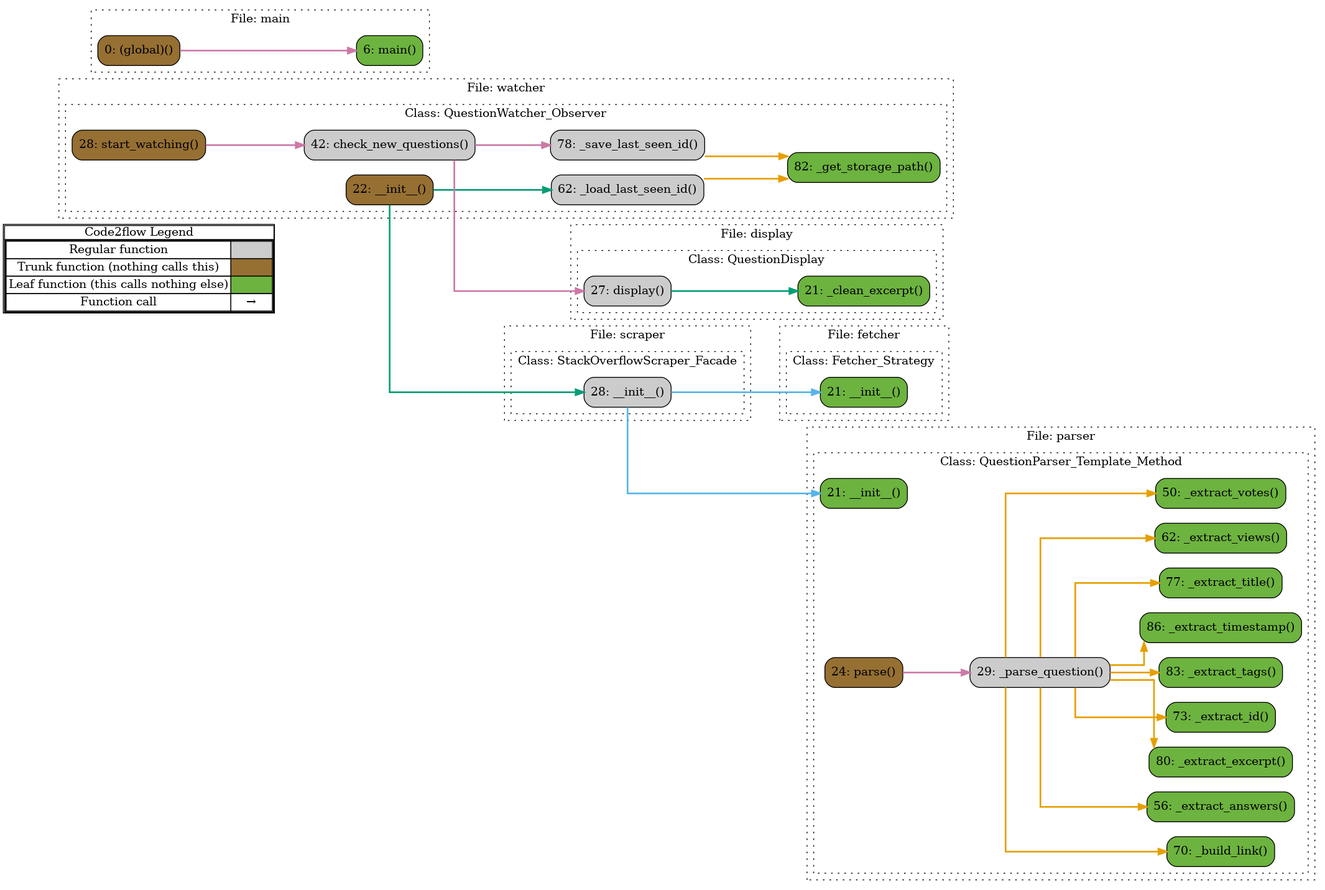
Earlier version of the Graphviz export diagrams/full_flow.png (mrm68/StackOverFlow_Crawler_Kafka). Its source is kept beside it as diagrams/full_flow.gv. Its diagram source:
```dot
digraph G {
concentrate=true;
splines="ortho";
rankdir="LR";
subgraph legend{
    rank = min;
    label = "legend";
    Legend [shape=none, margin=0, label = <
        <table cellspacing="0" cellpadding="0" border="1"><tr><td>Code2flow Legend</td></tr><tr><td>
        <table cellspacing="0">
        <tr><td>Regular function</td><td width="50px" bgcolor='#cccccc'></td></tr>
        <tr><td>Trunk function (nothing calls this)</td><td bgcolor='#966F33'></td></tr>
        <tr><td>Leaf function (this calls nothing else)</td><td bgcolor='#6db33f'></td></tr>
        <tr><td>Function call</td><td><font color='black'>&#8594;</font></td></tr>
        </table></td></tr></table>
        >];
}node_005e69c3 [label="21: _clean_excerpt()" name="display::QuestionDisplay._clean_excerpt" shape="rect" style="rounded,filled" fillcolor="#6db33f" ];
node_92a9dc7b [label="27: display()" name="display::QuestionDisplay.display" shape="rect" style="rounded,filled" fillcolor="#cccccc" ];
node_2c4fd31e [label="21: __init__()" name="fetcher::Fetcher_Strategy.__init__" shape="rect" style="rounded,filled" fillcolor="#6db33f" ];
node_1d84418f [label="0: (global)()" name="main::(global)" shape="rect" style="rounded,filled" fillcolor="#966F33" ];
node_b5774e1e [label="6: main()" name="main::main" shape="rect" style="rounded,filled" fillcolor="#6db33f" ];
node_b99825b0 [label="21: __init__()" name="parser::QuestionParser_Template_Method.__init__" shape="rect" style="rounded,filled" fillcolor="#6db33f" ];
node_4a75031f [label="70: _build_link()" name="parser::QuestionParser_Template_Method._build_link" shape="rect" style="rounded,filled" fillcolor="#6db33f" ];
node_14c890b2 [label="56: _extract_answers()" name="parser::QuestionParser_Template_Method._extract_answers" shape="rect" style="rounded,filled" fillcolor="#6db33f" ];
node_b060fe1b [label="80: _extract_excerpt()" name="parser::QuestionParser_Template_Method._extract_excerpt" shape="rect" style="rounded,filled" fillcolor="#6db33f" ];
node_3687a328 [label="73: _extract_id()" name="parser::QuestionParser_Template_Method._extract_id" shape="rect" style="rounded,filled" fillcolor="#6db33f" ];
node_081bf222 [label="83: _extract_tags()" name="parser::QuestionParser_Template_Method._extract_tags" shape="rect" style="rounded,filled" fillcolor="#6db33f" ];
node_f30dfb97 [label="86: _extract_timestamp()" name="parser::QuestionParser_Template_Method._extract_timestamp" shape="rect" style="rounded,filled" fillcolor="#6db33f" ];
node_2fe5999a [label="77: _extract_title()" name="parser::QuestionParser_Template_Method._extract_title" shape="rect" style="rounded,filled" fillcolor="#6db33f" ];
node_5fc8b517 [label="62: _extract_views()" name="parser::QuestionParser_Template_Method._extract_views" shape="rect" style="rounded,filled" fillcolor="#6db33f" ];
node_1c203c02 [label="50: _extract_votes()" name="parser::QuestionParser_Template_Method._extract_votes" shape="rect" style="rounded,filled" fillcolor="#6db33f" ];
node_d3cf4d29 [label="29: _parse_question()" name="parser::QuestionParser_Template_Method._parse_question" shape="rect" style="rounded,filled" fillcolor="#cccccc" ];
node_9fd4e13f [label="24: parse()" name="parser::QuestionParser_Template_Method.parse" shape="rect" style="rounded,filled" fillcolor="#966F33" ];
node_eddec4f2 [label="28: __init__()" name="scraper::StackOverflowScraper_Facade.__init__" shape="rect" style="rounded,filled" fillcolor="#cccccc" ];
node_61366fcb [label="22: __init__()" name="watcher::QuestionWatcher_Observer.__init__" shape="rect" style="rounded,filled" fillcolor="#966F33" ];
node_71423e58 [label="82: _get_storage_path()" name="watcher::QuestionWatcher_Observer._get_storage_path" shape="rect" style="rounded,filled" fillcolor="#6db33f" ];
node_a8b95a59 [label="62: _load_last_seen_id()" name="watcher::QuestionWatcher_Observer._load_last_seen_id" shape="rect" style="rounded,filled" fillcolor="#cccccc" ];
node_b8b69899 [label="78: _save_last_seen_id()" name="watcher::QuestionWatcher_Observer._save_last_seen_id" shape="rect" style="rounded,filled" fillcolor="#cccccc" ];
node_52b4935f [label="42: check_new_questions()" name="watcher::QuestionWatcher_Observer.check_new_questions" shape="rect" style="rounded,filled" fillcolor="#cccccc" ];
node_d04e7c57 [label="28: start_watching()" name="watcher::QuestionWatcher_Observer.start_watching" shape="rect" style="rounded,filled" fillcolor="#966F33" ];
node_92a9dc7b -> node_005e69c3 [color="#009E73" penwidth="2"];
node_1d84418f -> node_b5774e1e [color="#CC79A7" penwidth="2"];
node_d3cf4d29 -> node_4a75031f [color="#E69F00" penwidth="2"];
node_d3cf4d29 -> node_14c890b2 [color="#E69F00" penwidth="2"];
node_d3cf4d29 -> node_b060fe1b [color="#E69F00" penwidth="2"];
node_d3cf4d29 -> node_3687a328 [color="#E69F00" penwidth="2"];
node_d3cf4d29 -> node_081bf222 [color="#E69F00" penwidth="2"];
node_d3cf4d29 -> node_f30dfb97 [color="#E69F00" penwidth="2"];
node_d3cf4d29 -> node_2fe5999a [color="#E69F00" penwidth="2"];
node_d3cf4d29 -> node_5fc8b517 [color="#E69F00" penwidth="2"];
node_d3cf4d29 -> node_1c203c02 [color="#E69F00" penwidth="2"];
node_9fd4e13f -> node_d3cf4d29 [color="#CC79A7" penwidth="2"];
node_eddec4f2 -> node_2c4fd31e [color="#56B4E9" penwidth="2"];
node_eddec4f2 -> node_b99825b0 [color="#56B4E9" penwidth="2"];
node_61366fcb -> node_eddec4f2 [color="#009E73" penwidth="2"];
node_61366fcb -> node_a8b95a59 [color="#009E73" penwidth="2"];
node_a8b95a59 -> node_71423e58 [color="#E69F00" penwidth="2"];
node_b8b69899 -> node_71423e58 [color="#E69F00" penwidth="2"];
node_52b4935f -> node_92a9dc7b [color="#CC79A7" penwidth="2"];
node_52b4935f -> node_b8b69899 [color="#CC79A7" penwidth="2"];
node_d04e7c57 -> node_52b4935f [color="#CC79A7" penwidth="2"];
subgraph cluster_afec48a3 {
    label="File: display";
    name="display";
    style="filled";
    graph[style=dotted];
    subgraph cluster_aedd19cc {
        node_005e69c3 node_92a9dc7b;
        label="Class: QuestionDisplay";
        name="QuestionDisplay";
        style="filled";
        graph[style=dotted];
    };
};
subgraph cluster_69689485 {
    label="File: fetcher";
    name="fetcher";
    style="filled";
    graph[style=dotted];
    subgraph cluster_94faf234 {
        node_2c4fd31e;
        label="Class: Fetcher_Strategy";
        name="Fetcher_Strategy";
        style="filled";
        graph[style=dotted];
    };
};
subgraph cluster_c55b800a {
    node_b5774e1e node_1d84418f;
    label="File: main";
    name="main";
    style="filled";
    graph[style=dotted];
};
subgraph cluster_db8c7338 {
    label="File: parser";
    name="parser";
    style="filled";
    graph[style=dotted];
    subgraph cluster_ab1eb2ba {
        node_b99825b0 node_9fd4e13f node_d3cf4d29 node_1c203c02 node_14c890b2 node_5fc8b517 node_4a75031f node_3687a328 node_2fe5999a node_b060fe1b node_081bf222 node_f30dfb97;
        label="Class: QuestionParser_Template_Method";
        name="QuestionParser_Template_Method";
        style="filled";
        graph[style=dotted];
    };
};
subgraph cluster_259257c4 {
    label="File: scraper";
    name="scraper";
    style="filled";
    graph[style=dotted];
    subgraph cluster_f2f1b506 {
        node_eddec4f2;
        label="Class: StackOverflowScraper_Facade";
        name="StackOverflowScraper_Facade";
        style="filled";
        graph[style=dotted];
    };
};
subgraph cluster_57f781b0 {
    label="File: watcher";
    name="watcher";
    style="filled";
    graph[style=dotted];
    subgraph cluster_2d4240f7 {
        node_61366fcb node_d04e7c57 node_52b4935f node_a8b95a59 node_b8b69899 node_71423e58;
        label="Class: QuestionWatcher_Observer";
        name="QuestionWatcher_Observer";
        style="filled";
        graph[style=dotted];
    };
};
}
```
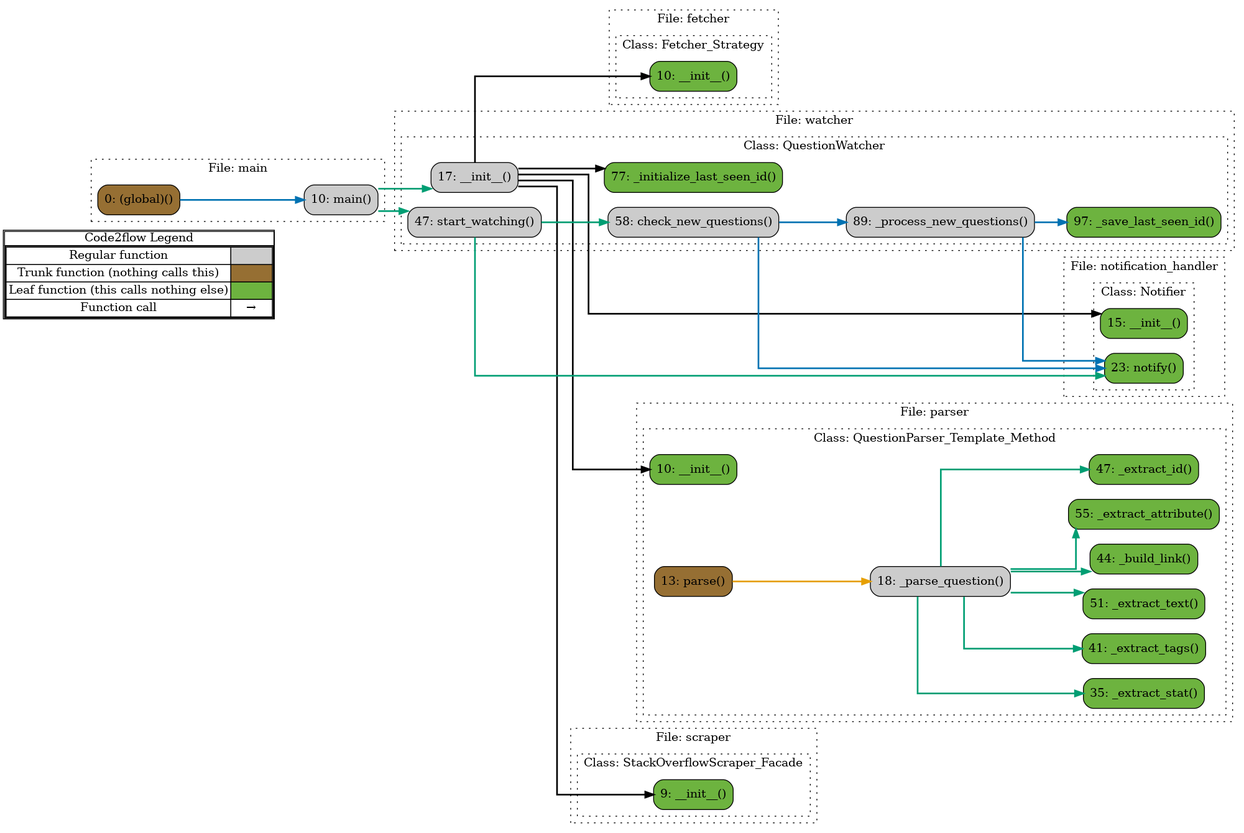
The same diagram one commit later.

Change to the diagram source:
```diff
@@ -14,119 +14,120 @@
         <tr><td>Function call</td><td><font color='black'>&#8594;</font></td></tr>
         </table></td></tr></table>
         >];
-}node_005e69c3 [label="21: _clean_excerpt()" name="display::QuestionDisplay._clean_excerpt" shape="rect" style="rounded,filled" fillcolor="#6db33f" ];
-node_92a9dc7b [label="27: display()" name="display::QuestionDisplay.display" shape="rect" style="rounded,filled" fillcolor="#cccccc" ];
-node_2c4fd31e [label="21: __init__()" name="fetcher::Fetcher_Strategy.__init__" shape="rect" style="rounded,filled" fillcolor="#6db33f" ];
-node_1d84418f [label="0: (global)()" name="main::(global)" shape="rect" style="rounded,filled" fillcolor="#966F33" ];
-node_b5774e1e [label="6: main()" name="main::main" shape="rect" style="rounded,filled" fillcolor="#6db33f" ];
-node_b99825b0 [label="21: __init__()" name="parser::QuestionParser_Template_Method.__init__" shape="rect" style="rounded,filled" fillcolor="#6db33f" ];
-node_4a75031f [label="70: _build_link()" name="parser::QuestionParser_Template_Method._build_link" shape="rect" style="rounded,filled" fillcolor="#6db33f" ];
-node_14c890b2 [label="56: _extract_answers()" name="parser::QuestionParser_Template_Method._extract_answers" shape="rect" style="rounded,filled" fillcolor="#6db33f" ];
-node_b060fe1b [label="80: _extract_excerpt()" name="parser::QuestionParser_Template_Method._extract_excerpt" shape="rect" style="rounded,filled" fillcolor="#6db33f" ];
-node_3687a328 [label="73: _extract_id()" name="parser::QuestionParser_Template_Method._extract_id" shape="rect" style="rounded,filled" fillcolor="#6db33f" ];
-node_081bf222 [label="83: _extract_tags()" name="parser::QuestionParser_Template_Method._extract_tags" shape="rect" style="rounded,filled" fillcolor="#6db33f" ];
-node_f30dfb97 [label="86: _extract_timestamp()" name="parser::QuestionParser_Template_Method._extract_timestamp" shape="rect" style="rounded,filled" fillcolor="#6db33f" ];
-node_2fe5999a [label="77: _extract_title()" name="parser::QuestionParser_Template_Method._extract_title" shape="rect" style="rounded,filled" fillcolor="#6db33f" ];
-node_5fc8b517 [label="62: _extract_views()" name="parser::QuestionParser_Template_Method._extract_views" shape="rect" style="rounded,filled" fillcolor="#6db33f" ];
-node_1c203c02 [label="50: _extract_votes()" name="parser::QuestionParser_Template_Method._extract_votes" shape="rect" style="rounded,filled" fillcolor="#6db33f" ];
-node_d3cf4d29 [label="29: _parse_question()" name="parser::QuestionParser_Template_Method._parse_question" shape="rect" style="rounded,filled" fillcolor="#cccccc" ];
-node_9fd4e13f [label="24: parse()" name="parser::QuestionParser_Template_Method.parse" shape="rect" style="rounded,filled" fillcolor="#966F33" ];
-node_eddec4f2 [label="28: __init__()" name="scraper::StackOverflowScraper_Facade.__init__" shape="rect" style="rounded,filled" fillcolor="#cccccc" ];
-node_61366fcb [label="22: __init__()" name="watcher::QuestionWatcher_Observer.__init__" shape="rect" style="rounded,filled" fillcolor="#966F33" ];
-node_71423e58 [label="82: _get_storage_path()" name="watcher::QuestionWatcher_Observer._get_storage_path" shape="rect" style="rounded,filled" fillcolor="#6db33f" ];
-node_a8b95a59 [label="62: _load_last_seen_id()" name="watcher::QuestionWatcher_Observer._load_last_seen_id" shape="rect" style="rounded,filled" fillcolor="#cccccc" ];
-node_b8b69899 [label="78: _save_last_seen_id()" name="watcher::QuestionWatcher_Observer._save_last_seen_id" shape="rect" style="rounded,filled" fillcolor="#cccccc" ];
-node_52b4935f [label="42: check_new_questions()" name="watcher::QuestionWatcher_Observer.check_new_questions" shape="rect" style="rounded,filled" fillcolor="#cccccc" ];
-node_d04e7c57 [label="28: start_watching()" name="watcher::QuestionWatcher_Observer.start_watching" shape="rect" style="rounded,filled" fillcolor="#966F33" ];
-node_92a9dc7b -> node_005e69c3 [color="#009E73" penwidth="2"];
-node_1d84418f -> node_b5774e1e [color="#CC79A7" penwidth="2"];
-node_d3cf4d29 -> node_4a75031f [color="#E69F00" penwidth="2"];
-node_d3cf4d29 -> node_14c890b2 [color="#E69F00" penwidth="2"];
-node_d3cf4d29 -> node_b060fe1b [color="#E69F00" penwidth="2"];
-node_d3cf4d29 -> node_3687a328 [color="#E69F00" penwidth="2"];
-node_d3cf4d29 -> node_081bf222 [color="#E69F00" penwidth="2"];
-node_d3cf4d29 -> node_f30dfb97 [color="#E69F00" penwidth="2"];
-node_d3cf4d29 -> node_2fe5999a [color="#E69F00" penwidth="2"];
-node_d3cf4d29 -> node_5fc8b517 [color="#E69F00" penwidth="2"];
-node_d3cf4d29 -> node_1c203c02 [color="#E69F00" penwidth="2"];
-node_9fd4e13f -> node_d3cf4d29 [color="#CC79A7" penwidth="2"];
-node_eddec4f2 -> node_2c4fd31e [color="#56B4E9" penwidth="2"];
-node_eddec4f2 -> node_b99825b0 [color="#56B4E9" penwidth="2"];
-node_61366fcb -> node_eddec4f2 [color="#009E73" penwidth="2"];
-node_61366fcb -> node_a8b95a59 [color="#009E73" penwidth="2"];
-node_a8b95a59 -> node_71423e58 [color="#E69F00" penwidth="2"];
-node_b8b69899 -> node_71423e58 [color="#E69F00" penwidth="2"];
-node_52b4935f -> node_92a9dc7b [color="#CC79A7" penwidth="2"];
-node_52b4935f -> node_b8b69899 [color="#CC79A7" penwidth="2"];
-node_d04e7c57 -> node_52b4935f [color="#CC79A7" penwidth="2"];
-subgraph cluster_afec48a3 {
-    label="File: display";
-    name="display";
-    style="filled";
-    graph[style=dotted];
-    subgraph cluster_aedd19cc {
-        node_005e69c3 node_92a9dc7b;
-        label="Class: QuestionDisplay";
-        name="QuestionDisplay";
-        style="filled";
-        graph[style=dotted];
-    };
-};
-subgraph cluster_69689485 {
+}node_4e1d44f2 [label="10: __init__()" name="fetcher::Fetcher_Strategy.__init__" shape="rect" style="rounded,filled" fillcolor="#6db33f" ];
+node_c96696ad [label="0: (global)()" name="main::(global)" shape="rect" style="rounded,filled" fillcolor="#966F33" ];
+node_7d09c043 [label="10: main()" name="main::main" shape="rect" style="rounded,filled" fillcolor="#cccccc" ];
+node_62ae97af [label="15: __init__()" name="notification_handler::Notifier.__init__" shape="rect" style="rounded,filled" fillcolor="#6db33f" ];
+node_96110b7a [label="23: notify()" name="notification_handler::Notifier.notify" shape="rect" style="rounded,filled" fillcolor="#6db33f" ];
+node_e3f5539c [label="10: __init__()" name="parser::QuestionParser_Template_Method.__init__" shape="rect" style="rounded,filled" fillcolor="#6db33f" ];
+node_eac189c6 [label="44: _build_link()" name="parser::QuestionParser_Template_Method._build_link" shape="rect" style="rounded,filled" fillcolor="#6db33f" ];
+node_6cc3f22c [label="55: _extract_attribute()" name="parser::QuestionParser_Template_Method._extract_attribute" shape="rect" style="rounded,filled" fillcolor="#6db33f" ];
+node_9488f8ba [label="47: _extract_id()" name="parser::QuestionParser_Template_Method._extract_id" shape="rect" style="rounded,filled" fillcolor="#6db33f" ];
+node_c092aa1e [label="35: _extract_stat()" name="parser::QuestionParser_Template_Method._extract_stat" shape="rect" style="rounded,filled" fillcolor="#6db33f" ];
+node_a110019e [label="41: _extract_tags()" name="parser::QuestionParser_Template_Method._extract_tags" shape="rect" style="rounded,filled" fillcolor="#6db33f" ];
+node_6dcbba4a [label="51: _extract_text()" name="parser::QuestionParser_Template_Method._extract_text" shape="rect" style="rounded,filled" fillcolor="#6db33f" ];
+node_7260e8e3 [label="18: _parse_question()" name="parser::QuestionParser_Template_Method._parse_question" shape="rect" style="rounded,filled" fillcolor="#cccccc" ];
+node_8385f091 [label="13: parse()" name="parser::QuestionParser_Template_Method.parse" shape="rect" style="rounded,filled" fillcolor="#966F33" ];
+node_0e9a3a31 [label="9: __init__()" name="scraper::StackOverflowScraper_Facade.__init__" shape="rect" style="rounded,filled" fillcolor="#6db33f" ];
+node_4e6acc70 [label="17: __init__()" name="watcher::QuestionWatcher.__init__" shape="rect" style="rounded,filled" fillcolor="#cccccc" ];
+node_1dd243b7 [label="77: _initialize_last_seen_id()" name="watcher::QuestionWatcher._initialize_last_seen_id" shape="rect" style="rounded,filled" fillcolor="#6db33f" ];
+node_c8aa8aa5 [label="89: _process_new_questions()" name="watcher::QuestionWatcher._process_new_questions" shape="rect" style="rounded,filled" fillcolor="#cccccc" ];
+node_63f58fee [label="97: _save_last_seen_id()" name="watcher::QuestionWatcher._save_last_seen_id" shape="rect" style="rounded,filled" fillcolor="#6db33f" ];
+node_c36e50dd [label="58: check_new_questions()" name="watcher::QuestionWatcher.check_new_questions" shape="rect" style="rounded,filled" fillcolor="#cccccc" ];
+node_729cbc5b [label="47: start_watching()" name="watcher::QuestionWatcher.start_watching" shape="rect" style="rounded,filled" fillcolor="#cccccc" ];
+node_c96696ad -> node_7d09c043 [color="#0072B2" penwidth="2"];
+node_7d09c043 -> node_4e6acc70 [color="#009E73" penwidth="2"];
+node_7d09c043 -> node_729cbc5b [color="#009E73" penwidth="2"];
+node_7260e8e3 -> node_eac189c6 [color="#009E73" penwidth="2"];
+node_7260e8e3 -> node_6cc3f22c [color="#009E73" penwidth="2"];
+node_7260e8e3 -> node_9488f8ba [color="#009E73" penwidth="2"];
+node_7260e8e3 -> node_c092aa1e [color="#009E73" penwidth="2"];
+node_7260e8e3 -> node_c092aa1e [color="#009E73" penwidth="2"];
+node_7260e8e3 -> node_c092aa1e [color="#009E73" penwidth="2"];
+node_7260e8e3 -> node_a110019e [color="#009E73" penwidth="2"];
+node_7260e8e3 -> node_6dcbba4a [color="#009E73" penwidth="2"];
+node_7260e8e3 -> node_6dcbba4a [color="#009E73" penwidth="2"];
+node_8385f091 -> node_7260e8e3 [color="#E69F00" penwidth="2"];
+node_4e6acc70 -> node_4e1d44f2 [color="#000000" penwidth="2"];
+node_4e6acc70 -> node_62ae97af [color="#000000" penwidth="2"];
+node_4e6acc70 -> node_e3f5539c [color="#000000" penwidth="2"];
+node_4e6acc70 -> node_0e9a3a31 [color="#000000" penwidth="2"];
+node_4e6acc70 -> node_1dd243b7 [color="#000000" penwidth="2"];
+node_c8aa8aa5 -> node_96110b7a [color="#0072B2" penwidth="2"];
+node_c8aa8aa5 -> node_63f58fee [color="#0072B2" penwidth="2"];
+node_c36e50dd -> node_96110b7a [color="#0072B2" penwidth="2"];
+node_c36e50dd -> node_c8aa8aa5 [color="#0072B2" penwidth="2"];
+node_729cbc5b -> node_96110b7a [color="#009E73" penwidth="2"];
+node_729cbc5b -> node_96110b7a [color="#009E73" penwidth="2"];
+node_729cbc5b -> node_c36e50dd [color="#009E73" penwidth="2"];
+subgraph cluster_b3a4ae07 {
     label="File: fetcher";
     name="fetcher";
     style="filled";
     graph[style=dotted];
-    subgraph cluster_94faf234 {
-        node_2c4fd31e;
+    subgraph cluster_921a2783 {
+        node_4e1d44f2;
         label="Class: Fetcher_Strategy";
         name="Fetcher_Strategy";
         style="filled";
         graph[style=dotted];
     };
 };
-subgraph cluster_c55b800a {
-    node_b5774e1e node_1d84418f;
+subgraph cluster_47a20fbb {
+    node_7d09c043 node_c96696ad;
     label="File: main";
     name="main";
     style="filled";
     graph[style=dotted];
 };
-subgraph cluster_db8c7338 {
+subgraph cluster_b15e5e7a {
+    label="File: notification_handler";
+    name="notification_handler";
+    style="filled";
+    graph[style=dotted];
+    subgraph cluster_d88b6368 {
+        node_62ae97af node_96110b7a;
+        label="Class: Notifier";
+        name="Notifier";
+        style="filled";
+        graph[style=dotted];
+    };
+};
+subgraph cluster_4d11a5fe {
     label="File: parser";
     name="parser";
     style="filled";
     graph[style=dotted];
-    subgraph cluster_ab1eb2ba {
-        node_b99825b0 node_9fd4e13f node_d3cf4d29 node_1c203c02 node_14c890b2 node_5fc8b517 node_4a75031f node_3687a328 node_2fe5999a node_b060fe1b node_081bf222 node_f30dfb97;
+    subgraph cluster_7fe476e6 {
+        node_e3f5539c node_8385f091 node_7260e8e3 node_c092aa1e node_a110019e node_eac189c6 node_9488f8ba node_6dcbba4a node_6cc3f22c;
         label="Class: QuestionParser_Template_Method";
         name="QuestionParser_Template_Method";
         style="filled";
         graph[style=dotted];
     };
 };
-subgraph cluster_259257c4 {
+subgraph cluster_bb768b8f {
     label="File: scraper";
     name="scraper";
     style="filled";
     graph[style=dotted];
-    subgraph cluster_f2f1b506 {
-        node_eddec4f2;
+    subgraph cluster_6b4f25a2 {
+        node_0e9a3a31;
         label="Class: StackOverflowScraper_Facade";
         name="StackOverflowScraper_Facade";
         style="filled";
         graph[style=dotted];
     };
 };
-subgraph cluster_57f781b0 {
+subgraph cluster_533167be {
     label="File: watcher";
     name="watcher";
     style="filled";
     graph[style=dotted];
-    subgraph cluster_2d4240f7 {
-        node_61366fcb node_d04e7c57 node_52b4935f node_a8b95a59 node_b8b69899 node_71423e58;
-        label="Class: QuestionWatcher_Observer";
-        name="QuestionWatcher_Observer";
+    subgraph cluster_15cca2af {
+        node_4e6acc70 node_729cbc5b node_c36e50dd node_1dd243b7 node_c8aa8aa5 node_63f58fee;
+        label="Class: QuestionWatcher";
+        name="QuestionWatcher";
         style="filled";
         graph[style=dotted];
     };
```
